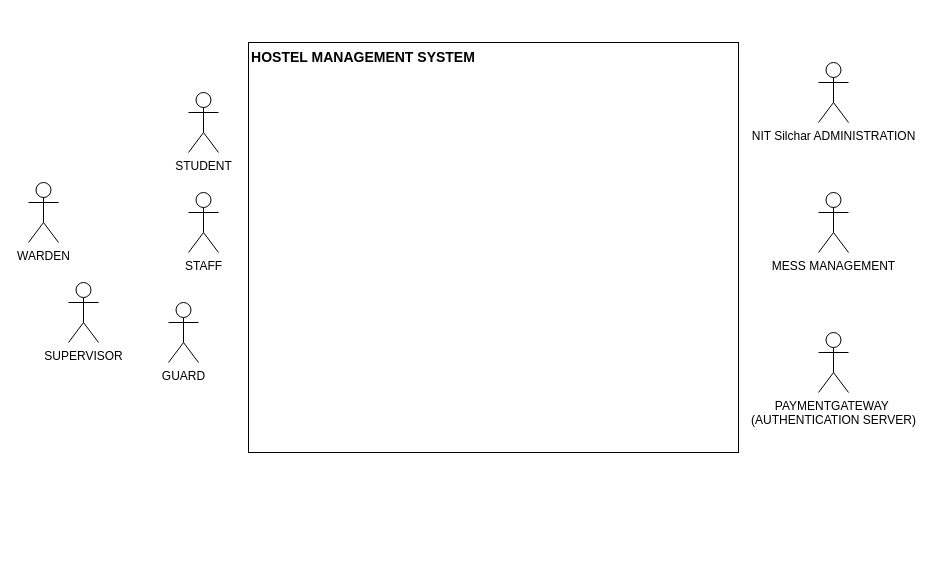
Earlier version of the draw.io diagram Untitled Diagram.drawio (manikiran949/Use-Case-Diagrams). Source tidied: cells renumbered, new cells numbered last; positions are measured from the earlier drawing's top-left corner, leaving out a move shared by most shapes. Both pictures are drawn from the tidied source at 100%, with x=0, y=0 at pixel (28, 42).
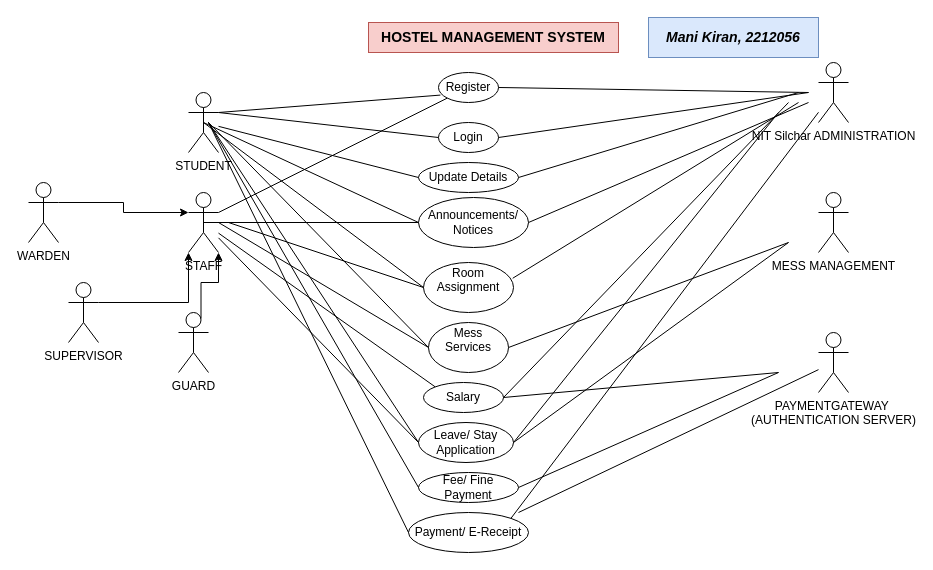
The same diagram, later.

The change refers to these unchanged cells:
```xml
<mxCell id="2" value="STUDENT" style="shape=umlActor;verticalLabelPosition=bottom;verticalAlign=top;html=1;outlineConnect=0;" parent="1" vertex="1">
  <mxGeometry x="160" y="50" width="30" height="60" as="geometry" />
</mxCell>
<mxCell id="6" value="PAYMENTGATEWAY&amp;nbsp;&lt;div&gt;(AUTHENTICATION SERVER)&lt;/div&gt;" style="shape=umlActor;verticalLabelPosition=bottom;verticalAlign=top;html=1;outlineConnect=0;" parent="1" vertex="1">
  <mxGeometry x="790" y="290" width="30" height="60" as="geometry" />
</mxCell>
<mxCell id="7" value="NIT Silchar ADMINISTRATION" style="shape=umlActor;verticalLabelPosition=bottom;verticalAlign=top;html=1;outlineConnect=0;" parent="1" vertex="1">
  <mxGeometry x="790" y="20" width="30" height="60" as="geometry" />
</mxCell>
<mxCell id="8" value="STAFF" style="shape=umlActor;verticalLabelPosition=bottom;verticalAlign=top;html=1;outlineConnect=0;" parent="1" vertex="1">
  <mxGeometry x="160" y="150" width="30" height="60" as="geometry" />
</mxCell>
<mxCell id="9" value="WARDEN" style="shape=umlActor;verticalLabelPosition=bottom;verticalAlign=top;html=1;outlineConnect=0;" parent="1" vertex="1">
  <mxGeometry y="140" width="30" height="60" as="geometry" />
</mxCell>
<mxCell id="10" value="SUPERVISOR" style="shape=umlActor;verticalLabelPosition=bottom;verticalAlign=top;html=1;outlineConnect=0;" parent="1" vertex="1">
  <mxGeometry x="40" y="240" width="30" height="60" as="geometry" />
</mxCell>
```

Change to the diagram source:
```diff
@@
-    <mxCell id="3" style="rounded=0;whiteSpace=wrap;html=1;" parent="1" vertex="1">
-      <mxGeometry x="220" width="490" height="410" as="geometry" />
-    </mxCell>
-    <mxCell id="4" value="&lt;b&gt;&lt;font style=&quot;font-size: 14px;&quot;&gt;HOSTEL MANAGEMENT SYSTEM&lt;/font&gt;&lt;/b&gt;" style="text;html=1;align=center;verticalAlign=middle;whiteSpace=wrap;rounded=0;" parent="1" vertex="1">
-      <mxGeometry x="210" width="250" height="30" as="geometry" />
+    <mxCell id="4" value="&lt;b&gt;&lt;font style=&quot;font-size: 14px;&quot;&gt;HOSTEL MANAGEMENT SYSTEM&lt;/font&gt;&lt;/b&gt;" style="text;html=1;align=center;verticalAlign=middle;whiteSpace=wrap;rounded=0;fillColor=#f8cecc;strokeColor=#b85450;" parent="1" vertex="1">
+      <mxGeometry x="340" y="-20" width="250" height="30" as="geometry" />
     </mxCell>
@@
     <mxCell id="11" value="GUARD" style="shape=umlActor;verticalLabelPosition=bottom;verticalAlign=top;html=1;outlineConnect=0;" parent="1" vertex="1">
-      <mxGeometry x="140" y="260" width="30" height="60" as="geometry" />
+      <mxGeometry x="150" y="270" width="30" height="60" as="geometry" />
     </mxCell>
+    <mxCell id="12" style="edgeStyle=orthogonalEdgeStyle;rounded=0;jettySize=auto;html=1;exitX=1;exitY=0.3333333333333333;exitDx=0;exitDy=0;exitPerimeter=0;entryX=0;entryY=0.3333333333333333;entryDx=0;entryDy=0;entryPerimeter=0;" parent="1" edge="1" source="9" target="8">
+      <mxGeometry relative="1" as="geometry" />
+    </mxCell>
+    <mxCell id="13" style="edgeStyle=orthogonalEdgeStyle;rounded=0;jettySize=auto;html=1;exitX=1;exitY=0.3333333333333333;exitDx=0;exitDy=0;exitPerimeter=0;entryX=0;entryY=1;entryDx=0;entryDy=0;entryPerimeter=0;" parent="1" edge="1" source="10" target="8">
+      <mxGeometry relative="1" as="geometry" />
+    </mxCell>
+    <mxCell id="14" style="edgeStyle=orthogonalEdgeStyle;rounded=0;jettySize=auto;html=1;exitX=0.75;exitY=0.1;exitDx=0;exitDy=0;exitPerimeter=0;entryX=1;entryY=1;entryDx=0;entryDy=0;entryPerimeter=0;" parent="1" edge="1" source="11" target="8">
+      <mxGeometry relative="1" as="geometry" />
+    </mxCell>
+    <mxCell id="15" value="Register" style="ellipse;whiteSpace=wrap;html=1;" parent="1" vertex="1">
+      <mxGeometry x="410" y="30" width="60" height="30" as="geometry" />
+    </mxCell>
+    <mxCell id="16" style="endArrow=none;html=1;rounded=0;exitX=1;exitY=0.3333333333333333;exitDx=0;exitDy=0;exitPerimeter=0;entryX=0.032;entryY=0.753;entryDx=0;entryDy=0;entryPerimeter=0;" parent="1" edge="1" source="2" target="15">
+      <mxGeometry relative="1" as="geometry" />
+    </mxCell>
+    <mxCell id="17" style="endArrow=none;html=1;rounded=0;exitX=1;exitY=0.5;exitDx=0;exitDy=0;" parent="1" edge="1" source="15">
+      <mxGeometry relative="1" as="geometry">
+        <mxPoint x="780" y="50" as="targetPoint" />
+      </mxGeometry>
+    </mxCell>
+    <mxCell id="18" value="Login" style="ellipse;whiteSpace=wrap;html=1;" parent="1" vertex="1">
+      <mxGeometry x="410" y="80" width="60" height="30" as="geometry" />
+    </mxCell>
+    <mxCell id="19" style="endArrow=none;html=1;rounded=0;exitX=1;exitY=0.3333333333333333;exitDx=0;exitDy=0;exitPerimeter=0;" parent="1" edge="1" source="8" target="15">
+      <mxGeometry relative="1" as="geometry" />
+    </mxCell>
+    <mxCell id="20" style="endArrow=none;html=1;rounded=0;exitX=1;exitY=0.5;exitDx=0;exitDy=0;" parent="1" edge="1" source="18">
+      <mxGeometry relative="1" as="geometry">
+        <mxPoint x="780" y="50" as="targetPoint" />
+      </mxGeometry>
+    </mxCell>
+    <mxCell id="21" style="endArrow=none;html=1;rounded=0;exitX=1;exitY=0.3333333333333333;exitDx=0;exitDy=0;exitPerimeter=0;entryX=0;entryY=0.5;entryDx=0;entryDy=0;" parent="1" edge="1" source="2" target="18">
+      <mxGeometry relative="1" as="geometry" />
+    </mxCell>
+    <mxCell id="22" value="Update Details" style="ellipse;whiteSpace=wrap;html=1;" parent="1" vertex="1">
+      <mxGeometry x="390" y="120" width="100" height="30" as="geometry" />
+    </mxCell>
+    <mxCell id="23" style="endArrow=none;html=1;rounded=0;entryX=0;entryY=0.5;entryDx=0;entryDy=0;" parent="1" edge="1" source="2" target="22">
+      <mxGeometry relative="1" as="geometry" />
+    </mxCell>
+    <mxCell id="24" style="endArrow=none;html=1;rounded=0;exitX=1;exitY=0.5;exitDx=0;exitDy=0;" parent="1" edge="1" source="22">
+      <mxGeometry relative="1" as="geometry">
+        <mxPoint x="770" y="50" as="targetPoint" />
+      </mxGeometry>
+    </mxCell>
+    <mxCell id="25" value="Announcements/ Notices" style="ellipse;whiteSpace=wrap;html=1;" parent="1" vertex="1">
+      <mxGeometry x="390" y="155" width="110" height="50" as="geometry" />
+    </mxCell>
+    <mxCell id="26" style="endArrow=none;html=1;rounded=0;exitX=0.5;exitY=0.5;exitDx=0;exitDy=0;exitPerimeter=0;entryX=0;entryY=0.5;entryDx=0;entryDy=0;" parent="1" edge="1" source="2" target="25">
+      <mxGeometry relative="1" as="geometry" />
+    </mxCell>
+    <mxCell id="27" style="endArrow=none;html=1;rounded=0;exitX=0.5;exitY=0.5;exitDx=0;exitDy=0;exitPerimeter=0;entryX=0;entryY=0.5;entryDx=0;entryDy=0;" parent="1" edge="1" source="8" target="25">
+      <mxGeometry relative="1" as="geometry" />
+    </mxCell>
+    <mxCell id="28" style="endArrow=none;html=1;rounded=0;" parent="1" edge="1">
+      <mxGeometry relative="1" as="geometry">
+        <mxPoint x="500" y="180" as="sourcePoint" />
+        <mxPoint x="780" y="60" as="targetPoint" />
+      </mxGeometry>
+    </mxCell>
+    <mxCell id="29" value="&#10;Room Assignment&#10;&#10;" style="ellipse;whiteSpace=wrap;html=1;" parent="1" vertex="1">
+      <mxGeometry x="395" y="220" width="90" height="50" as="geometry" />
+    </mxCell>
+    <mxCell id="30" style="endArrow=none;html=1;rounded=0;exitX=0.5;exitY=0.5;exitDx=0;exitDy=0;exitPerimeter=0;entryX=0;entryY=0.5;entryDx=0;entryDy=0;" parent="1" edge="1" source="2" target="29">
+      <mxGeometry relative="1" as="geometry" />
+    </mxCell>
+    <mxCell id="31" style="endArrow=none;html=1;rounded=0;entryX=0;entryY=0.5;entryDx=0;entryDy=0;" parent="1" edge="1" target="29">
+      <mxGeometry relative="1" as="geometry">
+        <mxPoint x="200" y="180" as="sourcePoint" />
+      </mxGeometry>
+    </mxCell>
+    <mxCell id="32" style="endArrow=none;html=1;rounded=0;exitX=0.991;exitY=0.315;exitDx=0;exitDy=0;exitPerimeter=0;" parent="1" edge="1" source="29">
+      <mxGeometry relative="1" as="geometry">
+        <mxPoint x="770" y="60" as="targetPoint" />
+      </mxGeometry>
+    </mxCell>
+    <mxCell id="33" value="Mess Services&lt;div&gt;&lt;br&gt;&lt;/div&gt;" style="ellipse;whiteSpace=wrap;html=1;" parent="1" vertex="1">
+      <mxGeometry x="400" y="280" width="80" height="50" as="geometry" />
+    </mxCell>
+    <mxCell id="34" style="endArrow=none;html=1;rounded=0;exitX=1;exitY=0.5;exitDx=0;exitDy=0;" parent="1" edge="1" source="33">
+      <mxGeometry relative="1" as="geometry">
+        <mxPoint x="760" y="200" as="targetPoint" />
+      </mxGeometry>
+    </mxCell>
+    <mxCell id="35" style="endArrow=none;html=1;rounded=0;entryX=0;entryY=0.5;entryDx=0;entryDy=0;" parent="1" edge="1" target="33">
+      <mxGeometry relative="1" as="geometry">
+        <mxPoint x="190" y="180" as="sourcePoint" />
+      </mxGeometry>
+    </mxCell>
+    <mxCell id="36" style="endArrow=none;html=1;rounded=0;entryX=0;entryY=0.5;entryDx=0;entryDy=0;" parent="1" edge="1" target="33">
+      <mxGeometry relative="1" as="geometry">
+        <mxPoint x="180" y="80" as="sourcePoint" />
+      </mxGeometry>
+    </mxCell>
+    <mxCell id="37" value="Salary" style="ellipse;whiteSpace=wrap;html=1;" parent="1" vertex="1">
+      <mxGeometry x="395" y="340" width="80" height="30" as="geometry" />
+    </mxCell>
+    <mxCell id="38" style="endArrow=none;html=1;rounded=0;exitX=0;exitY=0;exitDx=0;exitDy=0;" parent="1" edge="1" source="37" target="8">
+      <mxGeometry relative="1" as="geometry" />
+    </mxCell>
+    <mxCell id="39" style="endArrow=none;html=1;rounded=0;exitX=1;exitY=0.5;exitDx=0;exitDy=0;" parent="1" edge="1" source="37">
+      <mxGeometry relative="1" as="geometry">
+        <mxPoint x="760" y="60" as="targetPoint" />
+      </mxGeometry>
+    </mxCell>
+    <mxCell id="40" style="endArrow=none;html=1;rounded=0;exitX=1;exitY=0.5;exitDx=0;exitDy=0;" parent="1" edge="1" source="37">
+      <mxGeometry relative="1" as="geometry">
+        <mxPoint x="750" y="330" as="targetPoint" />
+      </mxGeometry>
+    </mxCell>
+    <mxCell id="41" value="Leave/ Stay Application" style="ellipse;whiteSpace=wrap;html=1;" parent="1" vertex="1">
+      <mxGeometry x="390" y="380" width="95" height="40" as="geometry" />
+    </mxCell>
+    <mxCell id="42" style="endArrow=none;html=1;rounded=0;entryX=0;entryY=0.5;entryDx=0;entryDy=0;" parent="1" edge="1" source="8" target="41">
+      <mxGeometry relative="1" as="geometry" />
+    </mxCell>
+    <mxCell id="43" style="endArrow=none;html=1;rounded=0;" parent="1" edge="1">
+      <mxGeometry relative="1" as="geometry">
+        <mxPoint x="180" y="80" as="sourcePoint" />
+        <mxPoint x="390" y="400" as="targetPoint" />
+      </mxGeometry>
+    </mxCell>
+    <mxCell id="44" style="endArrow=none;html=1;rounded=0;exitX=1;exitY=0.5;exitDx=0;exitDy=0;" parent="1" edge="1" source="41">
+      <mxGeometry relative="1" as="geometry">
+        <mxPoint x="750" y="70" as="targetPoint" />
+      </mxGeometry>
+    </mxCell>
+    <mxCell id="45" style="endArrow=none;html=1;rounded=0;exitX=1;exitY=0.5;exitDx=0;exitDy=0;" parent="1" edge="1" source="41">
+      <mxGeometry relative="1" as="geometry">
+        <mxPoint x="760" y="200" as="targetPoint" />
+      </mxGeometry>
+    </mxCell>
+    <mxCell id="46" value="Fee/ Fine Payment" style="ellipse;whiteSpace=wrap;html=1;" parent="1" vertex="1">
+      <mxGeometry x="390" y="430" width="100" height="30" as="geometry" />
+    </mxCell>
+    <mxCell id="47" style="endArrow=none;html=1;rounded=0;entryX=0;entryY=0.5;entryDx=0;entryDy=0;" parent="1" edge="1" target="46">
+      <mxGeometry relative="1" as="geometry">
+        <mxPoint x="180" y="80" as="sourcePoint" />
+      </mxGeometry>
+    </mxCell>
+    <mxCell id="48" style="endArrow=none;html=1;rounded=0;exitX=1;exitY=0.5;exitDx=0;exitDy=0;" parent="1" edge="1" source="46">
+      <mxGeometry relative="1" as="geometry">
+        <mxPoint x="750" y="330" as="targetPoint" />
+      </mxGeometry>
+    </mxCell>
+    <mxCell id="49" value="Payment/ E-Receipt" style="ellipse;whiteSpace=wrap;html=1;" parent="1" vertex="1">
+      <mxGeometry x="380" y="470" width="120" height="40" as="geometry" />
+    </mxCell>
+    <mxCell id="50" style="endArrow=none;html=1;rounded=0;entryX=0;entryY=0.5;entryDx=0;entryDy=0;" parent="1" edge="1" target="49">
+      <mxGeometry relative="1" as="geometry">
+        <mxPoint x="180" y="80" as="sourcePoint" />
+      </mxGeometry>
+    </mxCell>
+    <mxCell id="51" style="endArrow=none;html=1;rounded=0;exitX=1;exitY=0;exitDx=0;exitDy=0;" parent="1" edge="1" source="49" target="7">
+      <mxGeometry relative="1" as="geometry" />
+    </mxCell>
+    <mxCell id="52" style="endArrow=none;html=1;rounded=0;" parent="1" edge="1" target="6">
+      <mxGeometry relative="1" as="geometry">
+        <mxPoint x="490" y="470" as="sourcePoint" />
+      </mxGeometry>
+    </mxCell>
+    <mxCell id="53" value="&lt;b&gt;&lt;font style=&quot;font-size: 14px;&quot;&gt;&lt;i&gt;Mani Kiran, 2212056&lt;/i&gt;&lt;/font&gt;&lt;/b&gt;" style="text;html=1;align=center;verticalAlign=middle;whiteSpace=wrap;rounded=0;fillColor=#dae8fc;strokeColor=#6c8ebf;" parent="1" vertex="1">
+      <mxGeometry x="620" y="-25" width="170" height="40" as="geometry" />
+    </mxCell>
```
